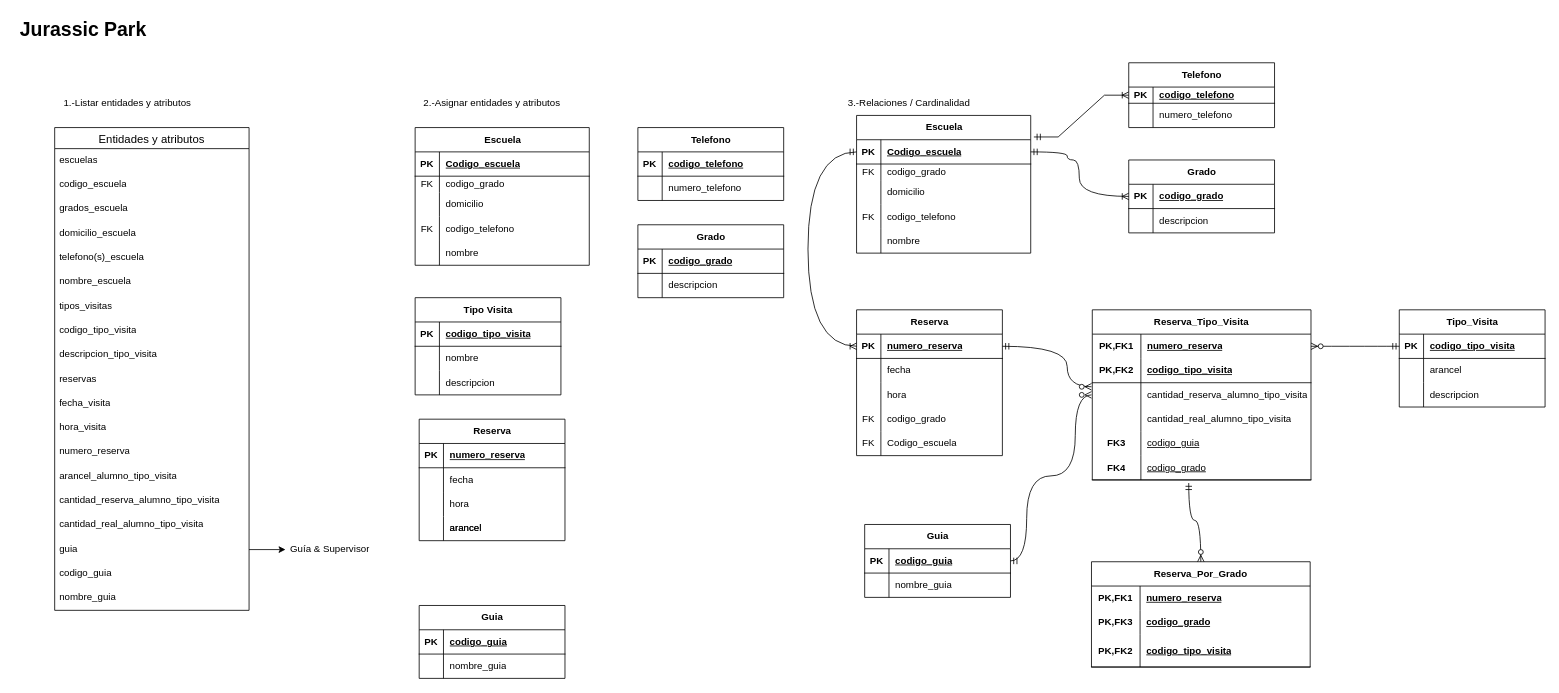
Above: actividades/jurassic.drawio in alexballera/bbdd-tgad-fce (draw.io), before the change. Source tidied: cells renumbered, new cells numbered last; positions are measured from the earlier drawing's top-left corner, leaving out a move shared by most shapes. Both pictures are drawn from the tidied source at 81%, with x=0, y=0 at pixel (14, 14).
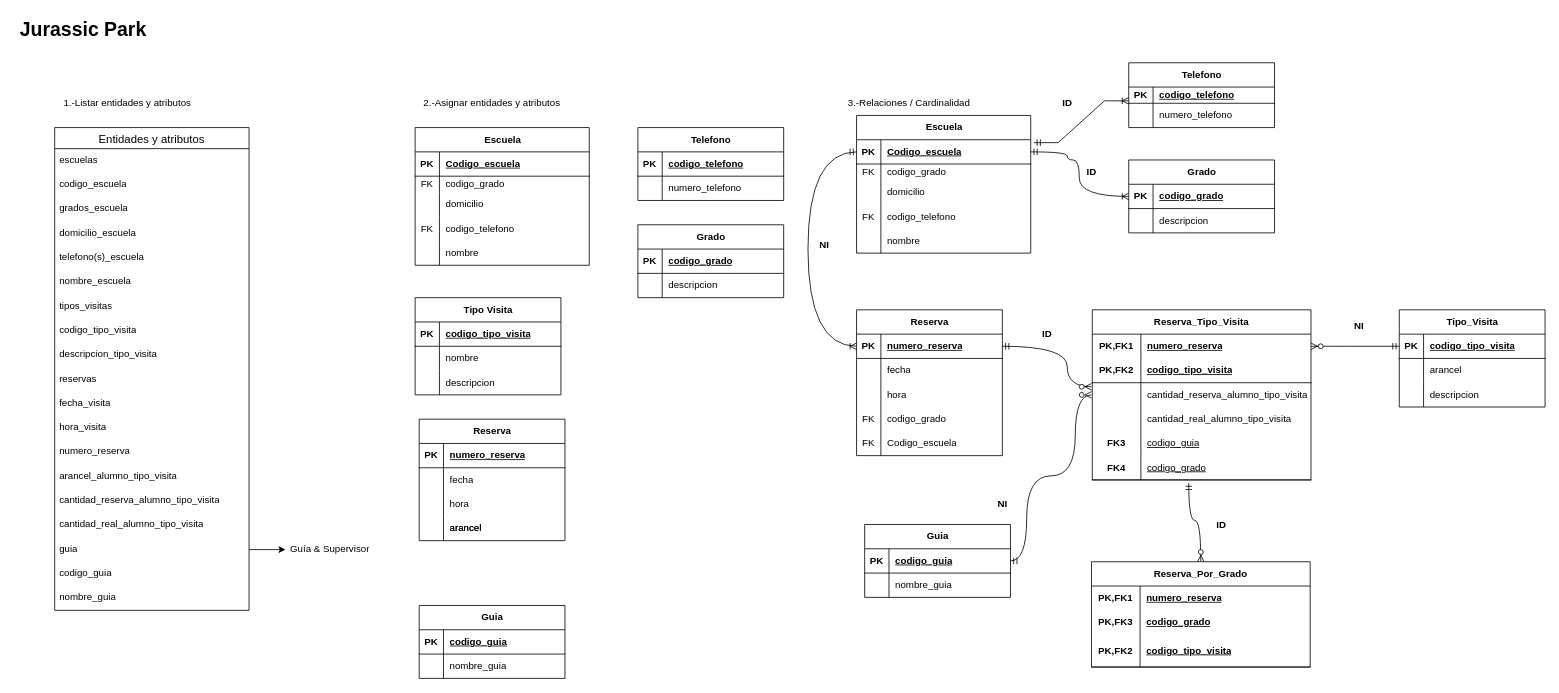
The same diagram, later.

Commit message:
Update Jurassic Park diagram with additional entity attributes and adjust edge positions for clarity

Unchanged cells that the change refers to:
```xml
<mxCell id="108" style="shape=tableRow;horizontal=0;startSize=0;swimlaneHead=0;swimlaneBody=0;fillColor=none;points=[[0,0.5],[1,0.5]];portConstraint=eastwest;top=0;left=0;right=0;bottom=1;" parent="107" vertex="1">
  <mxGeometry y="30" width="215" height="30" as="geometry" />
</mxCell>
<mxCell id="141" style="shape=tableRow;horizontal=0;startSize=0;swimlaneHead=0;swimlaneBody=0;fillColor=none;points=[[0,0.5],[1,0.5]];portConstraint=eastwest;top=0;left=0;right=0;bottom=1;" parent="140" vertex="1">
  <mxGeometry y="30" width="180" height="20" as="geometry" />
</mxCell>
```

Change to the diagram source:
```diff
@@
-    <mxCell id="173" style="edgeStyle=entityRelationEdgeStyle;fontSize=12;html=1;endArrow=ERoneToMany;startArrow=ERmandOne;rounded=0;exitX=1.018;exitY=-0.114;exitDx=0;exitDy=0;entryX=0;entryY=0.5;entryDx=0;entryDy=0;exitPerimeter=0;" parent="1" edge="1" source="108" target="141">
-      <mxGeometry relative="1" as="geometry" />
+    <mxCell id="173" style="edgeStyle=entityRelationEdgeStyle;fontSize=12;html=1;endArrow=ERoneToMany;startArrow=ERmandOne;rounded=0;exitX=1.018;exitY=-0.114;exitDx=0;exitDy=0;entryX=0;entryY=0.5;entryDx=0;entryDy=0;exitPerimeter=0;" parent="1" edge="1">
+      <mxGeometry relative="1" as="geometry">
+        <mxPoint x="1258.9" y="158.6" as="sourcePoint" />
+        <mxPoint x="1376" y="107" as="targetPoint" />
+      </mxGeometry>
     </mxCell>
@@
+    <mxCell id="190" value="&lt;b&gt;ID&lt;/b&gt;" style="text;html=1;align=center;verticalAlign=middle;strokeColor=none;fillColor=none;" parent="1" vertex="1">
+      <mxGeometry x="1280" y="95" width="40" height="30" as="geometry" />
+    </mxCell>
+    <mxCell id="191" value="&lt;b&gt;ID&lt;/b&gt;" style="text;html=1;align=center;verticalAlign=middle;strokeColor=none;fillColor=none;" parent="1" vertex="1">
+      <mxGeometry x="1310" y="180" width="40" height="30" as="geometry" />
+    </mxCell>
+    <mxCell id="192" value="&lt;b&gt;NI&lt;/b&gt;" style="text;html=1;align=center;verticalAlign=middle;strokeColor=none;fillColor=none;" parent="1" vertex="1">
+      <mxGeometry x="980" y="270" width="40" height="30" as="geometry" />
+    </mxCell>
+    <mxCell id="193" value="&lt;b&gt;NI&lt;/b&gt;" style="text;html=1;align=center;verticalAlign=middle;strokeColor=none;fillColor=none;" parent="1" vertex="1">
+      <mxGeometry x="1200" y="590" width="40" height="30" as="geometry" />
+    </mxCell>
+    <mxCell id="194" value="&lt;b&gt;NI&lt;/b&gt;" style="text;html=1;align=center;verticalAlign=middle;strokeColor=none;fillColor=none;" parent="1" vertex="1">
+      <mxGeometry x="1640" y="370" width="40" height="30" as="geometry" />
+    </mxCell>
+    <mxCell id="195" value="&lt;b&gt;ID&lt;/b&gt;" style="text;html=1;align=center;verticalAlign=middle;strokeColor=none;fillColor=none;" parent="1" vertex="1">
+      <mxGeometry x="1255" y="380" width="40" height="30" as="geometry" />
+    </mxCell>
+    <mxCell id="196" value="&lt;b&gt;ID&lt;/b&gt;" style="text;html=1;align=center;verticalAlign=middle;strokeColor=none;fillColor=none;" parent="1" vertex="1">
+      <mxGeometry x="1470" y="616" width="40" height="30" as="geometry" />
+    </mxCell>
```
